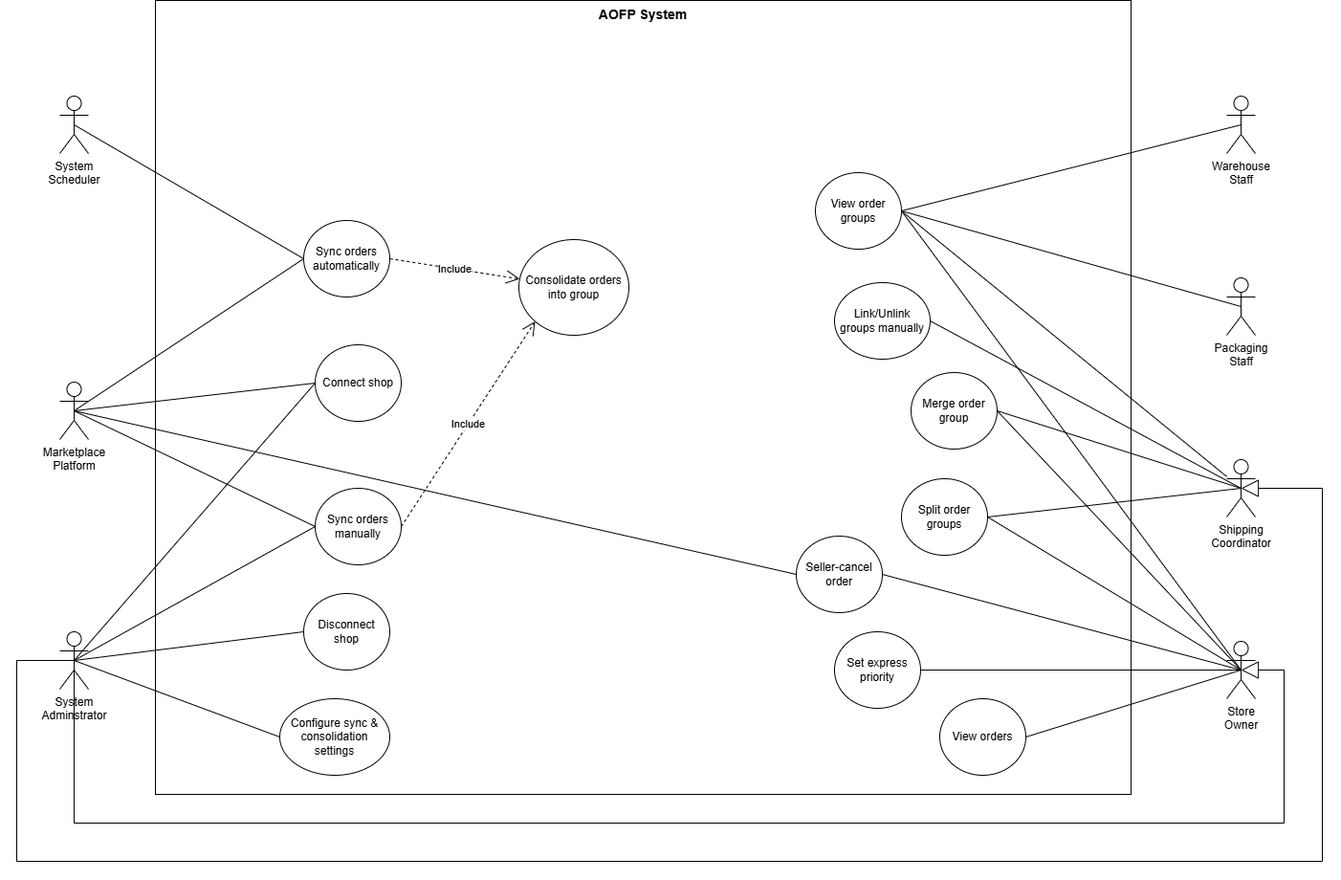
ThuaanNguyeen111/OptiPackAI keeps this draw.io diagram as docs/diagrams/usecase/export/UC-P2_marketplace_orders.png. Above is the earlier version. Source tidied: cells renumbered, new cells last; positions are measured from the earlier drawing's top-left corner, leaving out a move shared by most shapes. The source it was exported from:
```xml
<mxGraphModel>
  <root>
    <mxCell id="0" />
    <mxCell id="1" parent="0" />
    <mxCell id="2" style="rounded=0;whiteSpace=wrap;html=1;" parent="1" vertex="1">
      <mxGeometry x="145" width="1020" height="830" as="geometry" />
    </mxCell>
    <mxCell id="3" value="System&lt;div&gt;Adminstrator&lt;/div&gt;" style="shape=umlActor;verticalLabelPosition=bottom;verticalAlign=top;html=1;outlineConnect=0;" parent="1" vertex="1">
      <mxGeometry x="45" y="660" width="30" height="60" as="geometry" />
    </mxCell>
    <mxCell id="4" value="&lt;b&gt;&lt;font style=&quot;font-size: 14px;&quot;&gt;AOFP System&lt;/font&gt;&lt;/b&gt;" style="text;html=1;whiteSpace=wrap;strokeColor=none;fillColor=none;align=center;verticalAlign=middle;rounded=0;" parent="1" vertex="1">
      <mxGeometry x="145" width="1020" height="30" as="geometry" />
    </mxCell>
    <mxCell id="5" value="Warehouse&lt;div&gt;Staff&lt;/div&gt;" style="shape=umlActor;verticalLabelPosition=bottom;verticalAlign=top;html=1;outlineConnect=0;" parent="1" vertex="1">
      <mxGeometry x="1265" y="100" width="30" height="60" as="geometry" />
    </mxCell>
    <mxCell id="6" value="Packaging&lt;div&gt;Staff&lt;/div&gt;" style="shape=umlActor;verticalLabelPosition=bottom;verticalAlign=top;html=1;outlineConnect=0;" parent="1" vertex="1">
      <mxGeometry x="1265" y="290" width="30" height="60" as="geometry" />
    </mxCell>
    <mxCell id="7" value="Shipping&lt;div&gt;Coordinator&lt;/div&gt;" style="shape=umlActor;verticalLabelPosition=bottom;verticalAlign=top;html=1;outlineConnect=0;" parent="1" vertex="1">
      <mxGeometry x="1265" y="480" width="30" height="60" as="geometry" />
    </mxCell>
    <mxCell id="8" value="Store&lt;div&gt;Owner&lt;/div&gt;" style="shape=umlActor;verticalLabelPosition=bottom;verticalAlign=top;html=1;outlineConnect=0;" parent="1" vertex="1">
      <mxGeometry x="1265" y="670" width="30" height="60" as="geometry" />
    </mxCell>
    <mxCell id="9" value="Consolidate orders into group" style="ellipse;whiteSpace=wrap;html=1;" parent="1" vertex="1">
      <mxGeometry x="525" y="250" width="115" height="100" as="geometry" />
    </mxCell>
    <mxCell id="10" value="Link/Unlink groups manually" style="ellipse;whiteSpace=wrap;html=1;" parent="1" vertex="1">
      <mxGeometry x="855" y="295" width="100" height="80" as="geometry" />
    </mxCell>
    <mxCell id="11" value="View order groups" style="ellipse;whiteSpace=wrap;html=1;" parent="1" vertex="1">
      <mxGeometry x="835" y="180" width="90" height="80" as="geometry" />
    </mxCell>
    <mxCell id="12" value="Seller-cancel order" style="ellipse;whiteSpace=wrap;html=1;" parent="1" vertex="1">
      <mxGeometry x="815" y="560" width="90" height="80" as="geometry" />
    </mxCell>
    <mxCell id="13" value="Merge order group" style="ellipse;whiteSpace=wrap;html=1;" parent="1" vertex="1">
      <mxGeometry x="935" y="389" width="90" height="80" as="geometry" />
    </mxCell>
    <mxCell id="14" value="Connect shop" style="ellipse;whiteSpace=wrap;html=1;" parent="1" vertex="1">
      <mxGeometry x="312" y="360" width="90" height="80" as="geometry" />
    </mxCell>
    <mxCell id="15" style="rounded=0;jettySize=auto;html=1;exitX=0;exitY=0.5;exitDx=0;exitDy=0;endArrow=none;endFill=0;entryX=0.5;entryY=0.5;entryDx=0;entryDy=0;entryPerimeter=0;" parent="1" edge="1" source="14" target="3">
      <mxGeometry relative="1" as="geometry" />
    </mxCell>
    <mxCell id="16" value="Configure sync &amp;amp; consolidation settings" style="ellipse;whiteSpace=wrap;html=1;" parent="1" vertex="1">
      <mxGeometry x="275" y="730" width="115" height="80" as="geometry" />
    </mxCell>
    <mxCell id="17" style="rounded=0;jettySize=auto;html=1;exitX=0;exitY=0.5;exitDx=0;exitDy=0;endArrow=none;endFill=0;entryX=0.5;entryY=0.5;entryDx=0;entryDy=0;entryPerimeter=0;" parent="1" edge="1" source="16" target="3">
      <mxGeometry relative="1" as="geometry" />
    </mxCell>
    <mxCell id="18" style="rounded=0;jettySize=auto;html=1;exitX=0;exitY=0.5;exitDx=0;exitDy=0;endArrow=none;endFill=0;entryX=0.5;entryY=0.5;entryDx=0;entryDy=0;entryPerimeter=0;" parent="1" edge="1" source="34" target="3">
      <mxGeometry relative="1" as="geometry" />
    </mxCell>
    <mxCell id="19" value="Sync orders manually" style="ellipse;whiteSpace=wrap;html=1;" parent="1" vertex="1">
      <mxGeometry x="312" y="510" width="90" height="80" as="geometry" />
    </mxCell>
    <mxCell id="20" style="rounded=0;jettySize=auto;html=1;exitX=0;exitY=0.5;exitDx=0;exitDy=0;endArrow=none;endFill=0;entryX=0.5;entryY=0.5;entryDx=0;entryDy=0;entryPerimeter=0;" parent="1" edge="1" source="19" target="3">
      <mxGeometry relative="1" as="geometry" />
    </mxCell>
    <mxCell id="21" value="Set express priority" style="ellipse;whiteSpace=wrap;html=1;" parent="1" vertex="1">
      <mxGeometry x="855" y="660" width="90" height="80" as="geometry" />
    </mxCell>
    <mxCell id="22" value="View orders" style="ellipse;whiteSpace=wrap;html=1;" parent="1" vertex="1">
      <mxGeometry x="965" y="730" width="90" height="80" as="geometry" />
    </mxCell>
    <mxCell id="23" value="Split order groups" style="ellipse;whiteSpace=wrap;html=1;" parent="1" vertex="1">
      <mxGeometry x="925" y="500" width="90" height="80" as="geometry" />
    </mxCell>
    <mxCell id="24" value="Include" style="endArrow=open;endSize=12;dashed=1;html=1;rounded=0;exitX=1;exitY=0.5;exitDx=0;exitDy=0;" parent="1" edge="1" source="44" target="9">
      <mxGeometry relative="1" as="geometry" />
    </mxCell>
    <mxCell id="25" style="endArrow=block;endSize=16;endFill=0;html=1;rounded=0;defaultLabelBackgroundColor=page;entryX=0.5;entryY=0.5;entryDx=0;entryDy=0;entryPerimeter=0;edgeStyle=orthogonalEdgeStyle;exitX=0.5;exitY=0.5;exitDx=0;exitDy=0;exitPerimeter=0;" parent="1" edge="1" source="3" target="8">
      <mxGeometry x="0.22" relative="1" as="geometry">
        <Array as="points">
          <mxPoint x="60" y="860" />
          <mxPoint x="1325" y="860" />
          <mxPoint x="1325" y="700" />
        </Array>
      </mxGeometry>
    </mxCell>
    <mxCell id="26" style="rounded=0;jettySize=auto;html=1;exitX=0.5;exitY=0.5;exitDx=0;exitDy=0;endArrow=none;endFill=0;entryX=1;entryY=0.5;entryDx=0;entryDy=0;exitPerimeter=0;" parent="1" edge="1" source="7" target="10">
      <mxGeometry relative="1" as="geometry" />
    </mxCell>
    <mxCell id="27" style="rounded=0;jettySize=auto;html=1;exitX=0.5;exitY=0.5;exitDx=0;exitDy=0;endArrow=none;endFill=0;entryX=1;entryY=0.5;entryDx=0;entryDy=0;exitPerimeter=0;" parent="1" edge="1" source="6" target="11">
      <mxGeometry relative="1" as="geometry" />
    </mxCell>
    <mxCell id="28" style="rounded=0;jettySize=auto;html=1;exitX=0.5;exitY=0.5;exitDx=0;exitDy=0;endArrow=none;endFill=0;entryX=1;entryY=0.5;entryDx=0;entryDy=0;exitPerimeter=0;" parent="1" edge="1" source="8" target="13">
      <mxGeometry relative="1" as="geometry" />
    </mxCell>
    <mxCell id="29" style="rounded=0;jettySize=auto;html=1;exitX=0.5;exitY=0.5;exitDx=0;exitDy=0;endArrow=none;endFill=0;entryX=1;entryY=0.5;entryDx=0;entryDy=0;exitPerimeter=0;" parent="1" edge="1" source="8" target="23">
      <mxGeometry relative="1" as="geometry" />
    </mxCell>
    <mxCell id="30" style="rounded=0;jettySize=auto;html=1;exitX=0.5;exitY=0.5;exitDx=0;exitDy=0;endArrow=none;endFill=0;entryX=1;entryY=0.5;entryDx=0;entryDy=0;exitPerimeter=0;" parent="1" edge="1" source="8" target="12">
      <mxGeometry relative="1" as="geometry" />
    </mxCell>
    <mxCell id="31" style="rounded=0;jettySize=auto;html=1;exitX=0.5;exitY=0.5;exitDx=0;exitDy=0;endArrow=none;endFill=0;entryX=1;entryY=0.5;entryDx=0;entryDy=0;exitPerimeter=0;" parent="1" edge="1" source="8" target="21">
      <mxGeometry relative="1" as="geometry" />
    </mxCell>
    <mxCell id="32" style="rounded=0;jettySize=auto;html=1;exitX=0.5;exitY=0.5;exitDx=0;exitDy=0;endArrow=none;endFill=0;entryX=1;entryY=0.5;entryDx=0;entryDy=0;exitPerimeter=0;" parent="1" edge="1" source="8" target="22">
      <mxGeometry relative="1" as="geometry" />
    </mxCell>
    <mxCell id="33" style="endArrow=block;endSize=16;endFill=0;html=1;rounded=0;defaultLabelBackgroundColor=page;entryX=0.5;entryY=0.5;entryDx=0;entryDy=0;entryPerimeter=0;edgeStyle=orthogonalEdgeStyle;exitX=0.5;exitY=0.5;exitDx=0;exitDy=0;exitPerimeter=0;" parent="1" edge="1" source="3" target="7">
      <mxGeometry x="-0.17" relative="1" as="geometry">
        <Array as="points">
          <mxPoint y="690" />
          <mxPoint y="900" />
          <mxPoint x="1365" y="900" />
          <mxPoint x="1365" y="510" />
        </Array>
      </mxGeometry>
    </mxCell>
    <mxCell id="34" value="Disconnect shop" style="ellipse;whiteSpace=wrap;html=1;" parent="1" vertex="1">
      <mxGeometry x="300" y="620" width="90" height="80" as="geometry" />
    </mxCell>
    <mxCell id="35" style="rounded=0;jettySize=auto;html=1;exitX=0.5;exitY=0.5;exitDx=0;exitDy=0;endArrow=none;endFill=0;entryX=1;entryY=0.5;entryDx=0;entryDy=0;exitPerimeter=0;" parent="1" edge="1" source="7" target="13">
      <mxGeometry relative="1" as="geometry" />
    </mxCell>
    <mxCell id="36" style="rounded=0;jettySize=auto;html=1;exitX=0.5;exitY=0.5;exitDx=0;exitDy=0;endArrow=none;endFill=0;entryX=1;entryY=0.5;entryDx=0;entryDy=0;exitPerimeter=0;" parent="1" edge="1" source="7" target="23">
      <mxGeometry relative="1" as="geometry" />
    </mxCell>
    <mxCell id="37" style="rounded=0;jettySize=auto;html=1;exitX=0.5;exitY=0.5;exitDx=0;exitDy=0;endArrow=none;endFill=0;entryX=1;entryY=0.5;entryDx=0;entryDy=0;exitPerimeter=0;" parent="1" edge="1" source="5" target="11">
      <mxGeometry relative="1" as="geometry" />
    </mxCell>
    <mxCell id="38" style="rounded=0;jettySize=auto;html=1;endArrow=none;endFill=0;entryX=1;entryY=0.5;entryDx=0;entryDy=0;" parent="1" edge="1" source="7" target="11">
      <mxGeometry relative="1" as="geometry" />
    </mxCell>
    <mxCell id="39" style="rounded=0;jettySize=auto;html=1;exitX=0.5;exitY=0.5;exitDx=0;exitDy=0;endArrow=none;endFill=0;entryX=1;entryY=0.5;entryDx=0;entryDy=0;exitPerimeter=0;" parent="1" edge="1" source="8" target="11">
      <mxGeometry relative="1" as="geometry" />
    </mxCell>
    <mxCell id="40" value="System&lt;div&gt;Scheduler&lt;/div&gt;" style="shape=umlActor;verticalLabelPosition=bottom;verticalAlign=top;html=1;outlineConnect=0;" parent="1" vertex="1">
      <mxGeometry x="45" y="100" width="30" height="60" as="geometry" />
    </mxCell>
    <mxCell id="41" value="Marketplace&lt;div&gt;Platform&lt;/div&gt;" style="shape=umlActor;verticalLabelPosition=bottom;verticalAlign=top;html=1;outlineConnect=0;" parent="1" vertex="1">
      <mxGeometry x="45" y="399" width="30" height="60" as="geometry" />
    </mxCell>
    <mxCell id="42" style="rounded=0;jettySize=auto;html=1;exitX=0;exitY=0.5;exitDx=0;exitDy=0;endArrow=none;endFill=0;entryX=0.5;entryY=0.5;entryDx=0;entryDy=0;entryPerimeter=0;" parent="1" edge="1" source="14" target="41">
      <mxGeometry relative="1" as="geometry" />
    </mxCell>
    <mxCell id="43" style="rounded=0;jettySize=auto;html=1;exitX=0;exitY=0.5;exitDx=0;exitDy=0;endArrow=none;endFill=0;entryX=0.5;entryY=0.5;entryDx=0;entryDy=0;entryPerimeter=0;" parent="1" edge="1" source="19" target="41">
      <mxGeometry relative="1" as="geometry" />
    </mxCell>
    <mxCell id="44" value="Sync orders automatically" style="ellipse;whiteSpace=wrap;html=1;" parent="1" vertex="1">
      <mxGeometry x="300" y="230" width="90" height="80" as="geometry" />
    </mxCell>
    <mxCell id="45" style="rounded=0;jettySize=auto;html=1;exitX=0;exitY=0.5;exitDx=0;exitDy=0;endArrow=none;endFill=0;entryX=0.5;entryY=0.5;entryDx=0;entryDy=0;entryPerimeter=0;" parent="1" edge="1" source="44" target="41">
      <mxGeometry relative="1" as="geometry" />
    </mxCell>
    <mxCell id="46" style="rounded=0;jettySize=auto;html=1;exitX=0;exitY=0.5;exitDx=0;exitDy=0;endArrow=none;endFill=0;entryX=0.5;entryY=0.5;entryDx=0;entryDy=0;entryPerimeter=0;" parent="1" edge="1" source="44" target="40">
      <mxGeometry relative="1" as="geometry" />
    </mxCell>
    <mxCell id="47" value="Include" style="endArrow=open;endSize=12;dashed=1;html=1;rounded=0;exitX=1;exitY=0.5;exitDx=0;exitDy=0;entryX=0;entryY=1;entryDx=0;entryDy=0;" parent="1" edge="1" source="19" target="9">
      <mxGeometry relative="1" as="geometry" />
    </mxCell>
    <mxCell id="48" style="rounded=0;jettySize=auto;html=1;exitX=0;exitY=0.5;exitDx=0;exitDy=0;endArrow=none;endFill=0;entryX=0.5;entryY=0.5;entryDx=0;entryDy=0;entryPerimeter=0;" parent="1" edge="1" source="12" target="41">
      <mxGeometry relative="1" as="geometry" />
    </mxCell>
  </root>
</mxGraphModel>
```
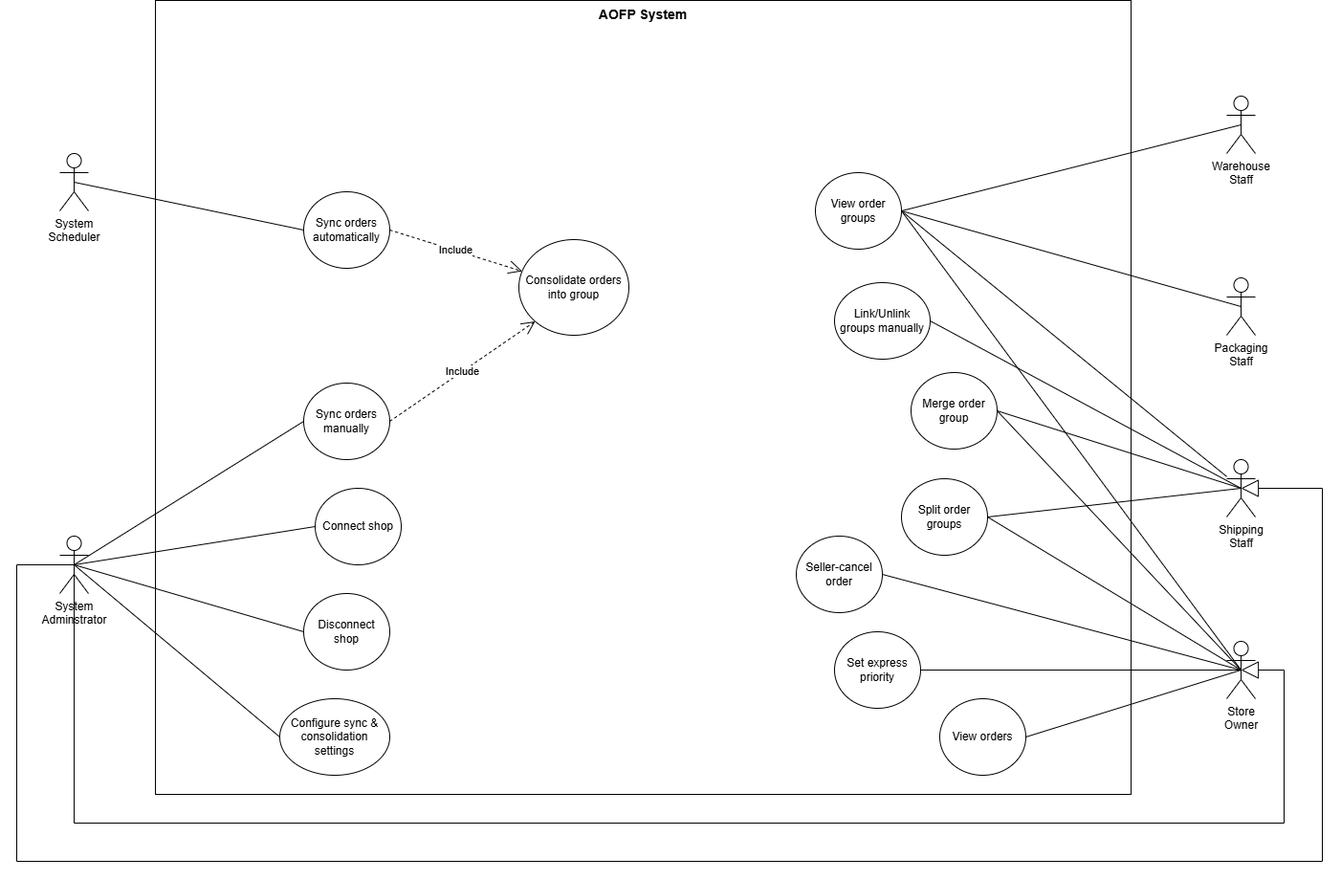
Later version of the same file.

The edit, as a diff of the source:
```diff
@@ -6,7 +6,7 @@
       <mxGeometry x="145" width="1020" height="830" as="geometry" />
     </mxCell>
     <mxCell id="3" value="System&lt;div&gt;Adminstrator&lt;/div&gt;" style="shape=umlActor;verticalLabelPosition=bottom;verticalAlign=top;html=1;outlineConnect=0;" parent="1" vertex="1">
-      <mxGeometry x="45" y="660" width="30" height="60" as="geometry" />
+      <mxGeometry x="45" y="560" width="30" height="60" as="geometry" />
     </mxCell>
     <mxCell id="4" value="&lt;b&gt;&lt;font style=&quot;font-size: 14px;&quot;&gt;AOFP System&lt;/font&gt;&lt;/b&gt;" style="text;html=1;whiteSpace=wrap;strokeColor=none;fillColor=none;align=center;verticalAlign=middle;rounded=0;" parent="1" vertex="1">
       <mxGeometry x="145" width="1020" height="30" as="geometry" />
@@ -17,7 +17,7 @@
     <mxCell id="6" value="Packaging&lt;div&gt;Staff&lt;/div&gt;" style="shape=umlActor;verticalLabelPosition=bottom;verticalAlign=top;html=1;outlineConnect=0;" parent="1" vertex="1">
       <mxGeometry x="1265" y="290" width="30" height="60" as="geometry" />
     </mxCell>
-    <mxCell id="7" value="Shipping&lt;div&gt;Coordinator&lt;/div&gt;" style="shape=umlActor;verticalLabelPosition=bottom;verticalAlign=top;html=1;outlineConnect=0;" parent="1" vertex="1">
+    <mxCell id="7" value="Shipping&lt;div&gt;Staff&lt;/div&gt;" style="shape=umlActor;verticalLabelPosition=bottom;verticalAlign=top;html=1;outlineConnect=0;" parent="1" vertex="1">
       <mxGeometry x="1265" y="480" width="30" height="60" as="geometry" />
     </mxCell>
     <mxCell id="8" value="Store&lt;div&gt;Owner&lt;/div&gt;" style="shape=umlActor;verticalLabelPosition=bottom;verticalAlign=top;html=1;outlineConnect=0;" parent="1" vertex="1">
@@ -39,7 +39,7 @@
       <mxGeometry x="935" y="389" width="90" height="80" as="geometry" />
     </mxCell>
     <mxCell id="14" value="Connect shop" style="ellipse;whiteSpace=wrap;html=1;" parent="1" vertex="1">
-      <mxGeometry x="312" y="360" width="90" height="80" as="geometry" />
+      <mxGeometry x="312" y="510" width="90" height="80" as="geometry" />
     </mxCell>
     <mxCell id="15" style="rounded=0;jettySize=auto;html=1;exitX=0;exitY=0.5;exitDx=0;exitDy=0;endArrow=none;endFill=0;entryX=0.5;entryY=0.5;entryDx=0;entryDy=0;entryPerimeter=0;" parent="1" edge="1" source="14" target="3">
       <mxGeometry relative="1" as="geometry" />
@@ -54,7 +54,7 @@
       <mxGeometry relative="1" as="geometry" />
     </mxCell>
     <mxCell id="19" value="Sync orders manually" style="ellipse;whiteSpace=wrap;html=1;" parent="1" vertex="1">
-      <mxGeometry x="312" y="510" width="90" height="80" as="geometry" />
+      <mxGeometry x="300" y="400" width="90" height="80" as="geometry" />
     </mxCell>
     <mxCell id="20" style="rounded=0;jettySize=auto;html=1;exitX=0;exitY=0.5;exitDx=0;exitDy=0;endArrow=none;endFill=0;entryX=0.5;entryY=0.5;entryDx=0;entryDy=0;entryPerimeter=0;" parent="1" edge="1" source="19" target="3">
       <mxGeometry relative="1" as="geometry" />
@@ -104,7 +104,7 @@
     <mxCell id="33" style="endArrow=block;endSize=16;endFill=0;html=1;rounded=0;defaultLabelBackgroundColor=page;entryX=0.5;entryY=0.5;entryDx=0;entryDy=0;entryPerimeter=0;edgeStyle=orthogonalEdgeStyle;exitX=0.5;exitY=0.5;exitDx=0;exitDy=0;exitPerimeter=0;" parent="1" edge="1" source="3" target="7">
       <mxGeometry x="-0.17" relative="1" as="geometry">
         <Array as="points">
-          <mxPoint y="690" />
+          <mxPoint y="590" />
           <mxPoint y="900" />
           <mxPoint x="1365" y="900" />
           <mxPoint x="1365" y="510" />
@@ -130,31 +130,16 @@
       <mxGeometry relative="1" as="geometry" />
     </mxCell>
     <mxCell id="40" value="System&lt;div&gt;Scheduler&lt;/div&gt;" style="shape=umlActor;verticalLabelPosition=bottom;verticalAlign=top;html=1;outlineConnect=0;" parent="1" vertex="1">
-      <mxGeometry x="45" y="100" width="30" height="60" as="geometry" />
+      <mxGeometry x="45" y="160" width="30" height="60" as="geometry" />
     </mxCell>
-    <mxCell id="41" value="Marketplace&lt;div&gt;Platform&lt;/div&gt;" style="shape=umlActor;verticalLabelPosition=bottom;verticalAlign=top;html=1;outlineConnect=0;" parent="1" vertex="1">
-      <mxGeometry x="45" y="399" width="30" height="60" as="geometry" />
-    </mxCell>
-    <mxCell id="42" style="rounded=0;jettySize=auto;html=1;exitX=0;exitY=0.5;exitDx=0;exitDy=0;endArrow=none;endFill=0;entryX=0.5;entryY=0.5;entryDx=0;entryDy=0;entryPerimeter=0;" parent="1" edge="1" source="14" target="41">
-      <mxGeometry relative="1" as="geometry" />
-    </mxCell>
-    <mxCell id="43" style="rounded=0;jettySize=auto;html=1;exitX=0;exitY=0.5;exitDx=0;exitDy=0;endArrow=none;endFill=0;entryX=0.5;entryY=0.5;entryDx=0;entryDy=0;entryPerimeter=0;" parent="1" edge="1" source="19" target="41">
-      <mxGeometry relative="1" as="geometry" />
-    </mxCell>
     <mxCell id="44" value="Sync orders automatically" style="ellipse;whiteSpace=wrap;html=1;" parent="1" vertex="1">
-      <mxGeometry x="300" y="230" width="90" height="80" as="geometry" />
+      <mxGeometry x="300" y="200" width="90" height="80" as="geometry" />
     </mxCell>
-    <mxCell id="45" style="rounded=0;jettySize=auto;html=1;exitX=0;exitY=0.5;exitDx=0;exitDy=0;endArrow=none;endFill=0;entryX=0.5;entryY=0.5;entryDx=0;entryDy=0;entryPerimeter=0;" parent="1" edge="1" source="44" target="41">
-      <mxGeometry relative="1" as="geometry" />
-    </mxCell>
     <mxCell id="46" style="rounded=0;jettySize=auto;html=1;exitX=0;exitY=0.5;exitDx=0;exitDy=0;endArrow=none;endFill=0;entryX=0.5;entryY=0.5;entryDx=0;entryDy=0;entryPerimeter=0;" parent="1" edge="1" source="44" target="40">
       <mxGeometry relative="1" as="geometry" />
     </mxCell>
     <mxCell id="47" value="Include" style="endArrow=open;endSize=12;dashed=1;html=1;rounded=0;exitX=1;exitY=0.5;exitDx=0;exitDy=0;entryX=0;entryY=1;entryDx=0;entryDy=0;" parent="1" edge="1" source="19" target="9">
       <mxGeometry relative="1" as="geometry" />
     </mxCell>
-    <mxCell id="48" style="rounded=0;jettySize=auto;html=1;exitX=0;exitY=0.5;exitDx=0;exitDy=0;endArrow=none;endFill=0;entryX=0.5;entryY=0.5;entryDx=0;entryDy=0;entryPerimeter=0;" parent="1" edge="1" source="12" target="41">
-      <mxGeometry relative="1" as="geometry" />
-    </mxCell>
   </root>
 </mxGraphModel>
```
